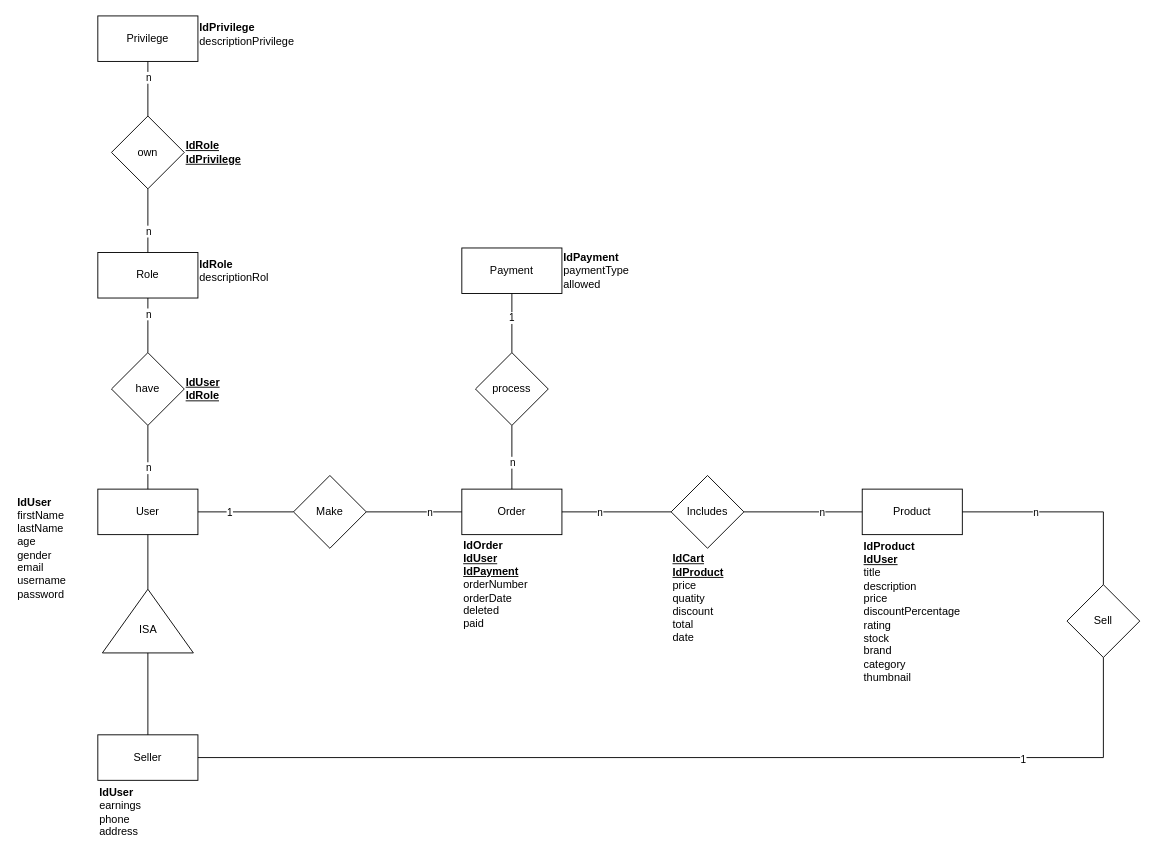
This is Diagrams/MER-Lab17.drawio from Angeltrek/Laboratorios_TC2005B, a draw.io file, before an edit. Source tidied: cells renumbered, new cells numbered last; positions are measured from the earlier drawing's top-left corner, leaving out a move shared by most shapes. Both pictures are drawn from the tidied source at 91%, with x=0, y=0 at pixel (15, 15).
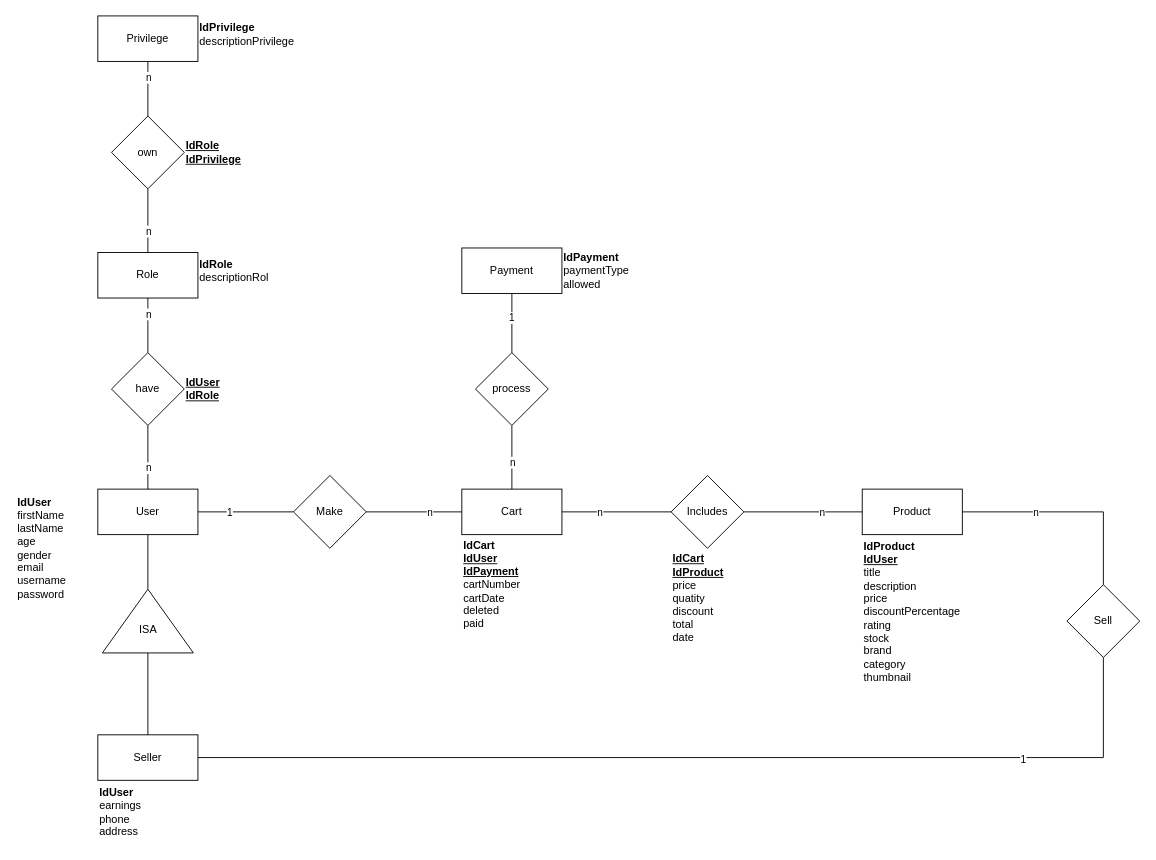
After the change.

Commit message (it also covers changes not shown here):
Updated diagrams and sql

The edit, as a diff of the source:
```diff
@@
-    <mxCell id="6" value="Order" style="html=1;whiteSpace=wrap;" parent="1" vertex="1">
+    <mxCell id="6" value="Cart" style="html=1;whiteSpace=wrap;" parent="1" vertex="1">
       <mxGeometry x="490" y="520" width="110" height="50" as="geometry" />
     </mxCell>
@@
-    <mxCell id="12" value="&lt;div&gt;&lt;b&gt;IdOrder&lt;/b&gt;&lt;/div&gt;&lt;div&gt;&lt;b style=&quot;background-color: initial;&quot;&gt;&lt;u&gt;IdUser&lt;/u&gt;&lt;/b&gt;&lt;/div&gt;&lt;div&gt;&lt;b&gt;&lt;u&gt;IdPayment&lt;/u&gt;&lt;/b&gt;&lt;/div&gt;&lt;div&gt;orderNumber&lt;/div&gt;&lt;div&gt;orderDate&lt;/div&gt;&lt;div&gt;deleted&lt;/div&gt;&lt;div&gt;paid&lt;/div&gt;" style="text;html=1;align=left;verticalAlign=middle;strokeColor=none;fillColor=none;" parent="1" vertex="1">
+    <mxCell id="12" value="&lt;div&gt;&lt;b&gt;IdCart&lt;/b&gt;&lt;/div&gt;&lt;div&gt;&lt;b style=&quot;background-color: initial;&quot;&gt;&lt;u&gt;IdUser&lt;/u&gt;&lt;/b&gt;&lt;/div&gt;&lt;div&gt;&lt;b&gt;&lt;u&gt;IdPayment&lt;/u&gt;&lt;/b&gt;&lt;/div&gt;&lt;div&gt;cartNumber&lt;/div&gt;&lt;div&gt;cartDate&lt;/div&gt;&lt;div&gt;deleted&lt;/div&gt;&lt;div&gt;paid&lt;/div&gt;" style="text;html=1;align=left;verticalAlign=middle;strokeColor=none;fillColor=none;" parent="1" vertex="1">
       <mxGeometry x="490" y="570" width="90" height="110" as="geometry" />
     </mxCell>
```
